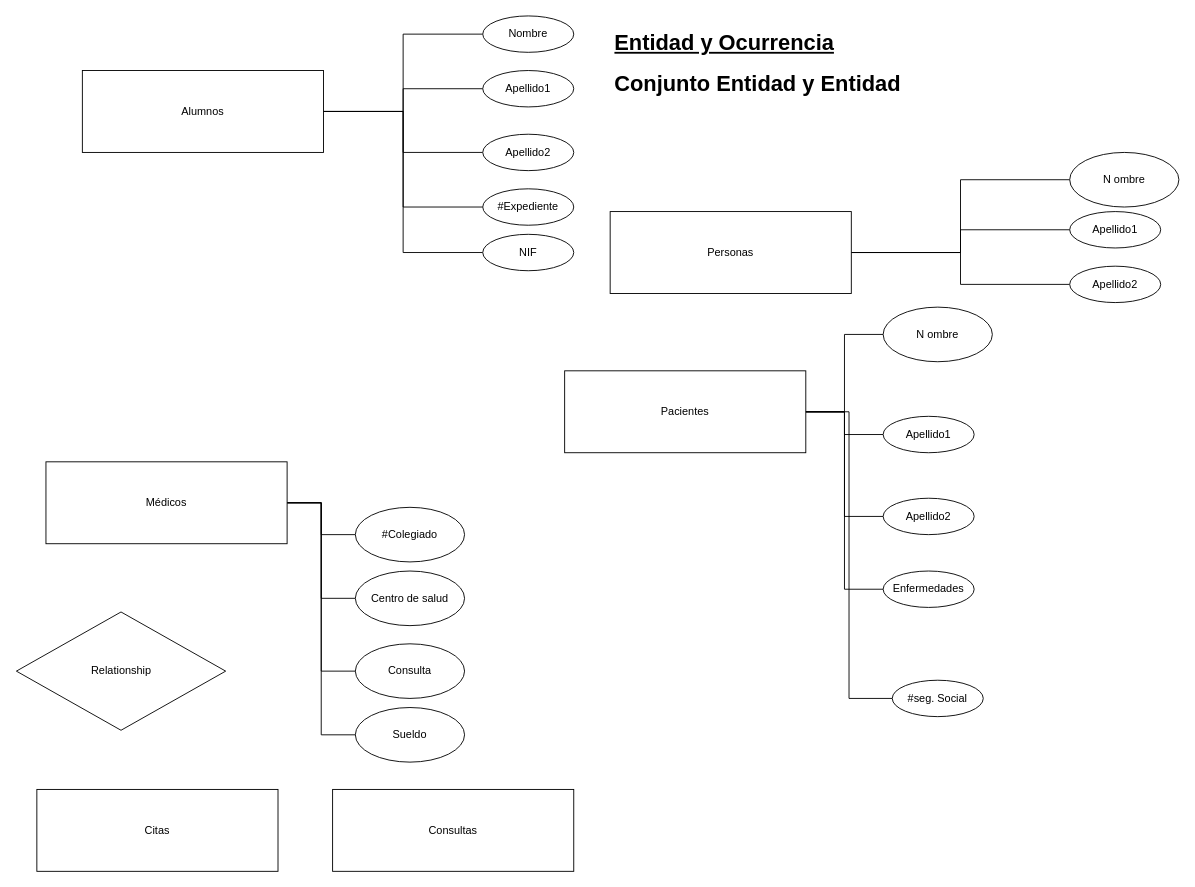
Earlier version of the draw.io diagram Introducción.drawio (akaron79/BBDD2021). Source tidied: cells renumbered, new cells numbered last; positions are measured from the earlier drawing's top-left corner, leaving out a move shared by most shapes. Both pictures are drawn from the tidied source at 91%, with x=0, y=0 at pixel (16, 15).
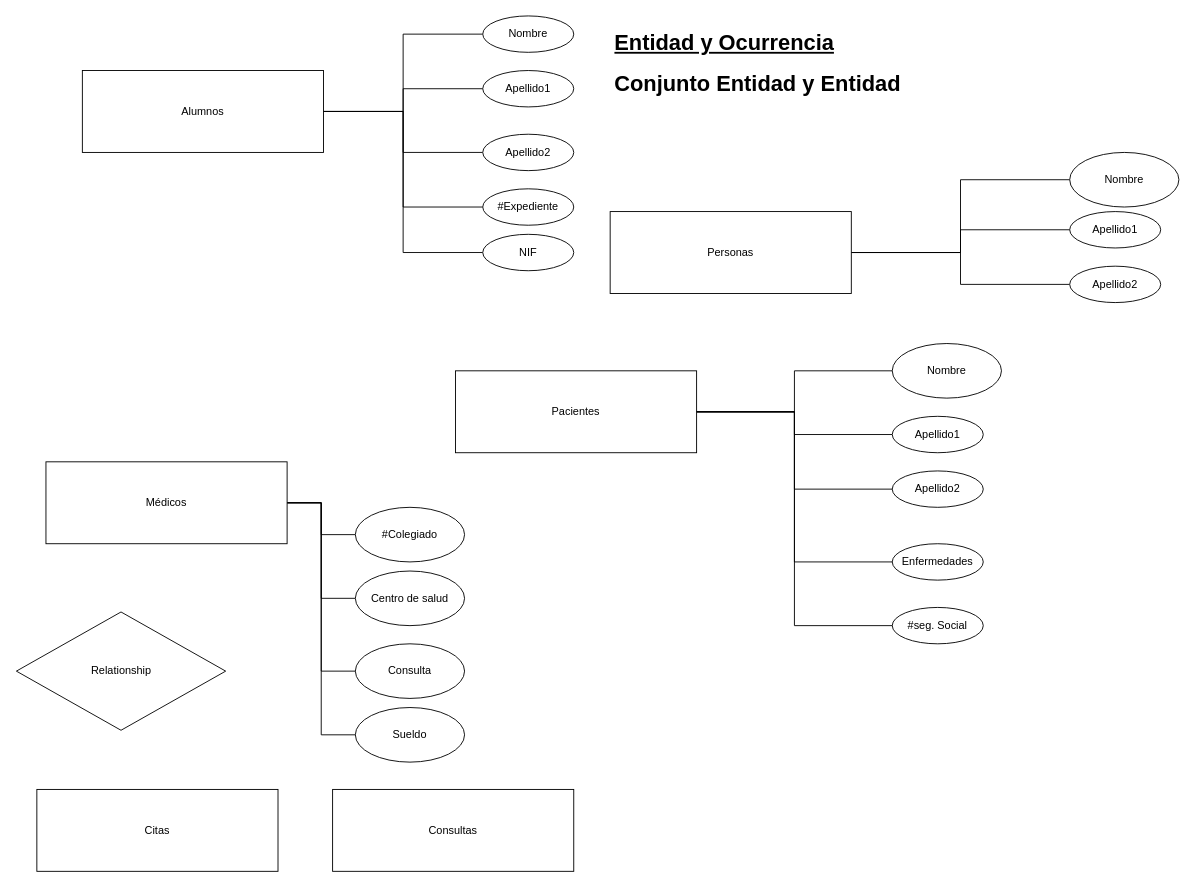
After the change.

Change to the diagram source:
```diff
@@
     <mxCell id="27" value="Pacientes" style="whiteSpace=wrap;html=1;align=center;" parent="1" vertex="1">
-      <mxGeometry x="602" y="390" width="265" height="90" as="geometry" />
+      <mxGeometry x="482" y="390" width="265" height="90" as="geometry" />
     </mxCell>
@@
-    <mxCell id="30" style="edgeStyle=orthogonalEdgeStyle;rounded=0;jettySize=auto;html=1;entryX=0;entryY=0.5;entryDx=0;entryDy=0;endArrow=none;endFill=0;" parent="1" edge="1" source="27" target="42">
-      <mxGeometry relative="1" as="geometry" />
-    </mxCell>
-    <mxCell id="31" value="N ombre" style="ellipse;whiteSpace=wrap;html=1;" parent="1" vertex="1">
+    <mxCell id="31" value="Nombre" style="ellipse;whiteSpace=wrap;html=1;" parent="1" vertex="1">
       <mxGeometry x="1157" y="150" width="120" height="60" as="geometry" />
     </mxCell>
@@
-    <mxCell id="38" value="N ombre" style="ellipse;whiteSpace=wrap;html=1;" parent="1" vertex="1">
-      <mxGeometry x="952" y="320" width="120" height="60" as="geometry" />
+    <mxCell id="38" value="Nombre" style="ellipse;whiteSpace=wrap;html=1;" parent="1" vertex="1">
+      <mxGeometry x="962" y="360" width="120" height="60" as="geometry" />
     </mxCell>
     <mxCell id="39" value="Apellido1" style="ellipse;whiteSpace=wrap;html=1;align=center;" parent="1" vertex="1">
-      <mxGeometry x="952" y="440" width="100" height="40" as="geometry" />
+      <mxGeometry x="962" y="440" width="100" height="40" as="geometry" />
     </mxCell>
     <mxCell id="40" value="Apellido2" style="ellipse;whiteSpace=wrap;html=1;align=center;" parent="1" vertex="1">
-      <mxGeometry x="952" y="530" width="100" height="40" as="geometry" />
+      <mxGeometry x="962" y="500" width="100" height="40" as="geometry" />
     </mxCell>
     <mxCell id="41" value="Enfermedades" style="ellipse;whiteSpace=wrap;html=1;align=center;" parent="1" vertex="1">
-      <mxGeometry x="952" y="610" width="100" height="40" as="geometry" />
+      <mxGeometry x="962" y="580" width="100" height="40" as="geometry" />
     </mxCell>
     <mxCell id="42" value="#seg. Social" style="ellipse;whiteSpace=wrap;html=1;align=center;" parent="1" vertex="1">
-      <mxGeometry x="962" y="730" width="100" height="40" as="geometry" />
+      <mxGeometry x="962" y="650" width="100" height="40" as="geometry" />
     </mxCell>
@@
+    <mxCell id="30" style="edgeStyle=orthogonalEdgeStyle;rounded=0;jettySize=auto;html=1;entryX=0;entryY=0.5;entryDx=0;entryDy=0;endArrow=none;endFill=0;exitX=1;exitY=0.5;exitDx=0;exitDy=0;" parent="1" edge="1" source="27" target="42">
+      <mxGeometry relative="1" as="geometry" />
+    </mxCell>
```
